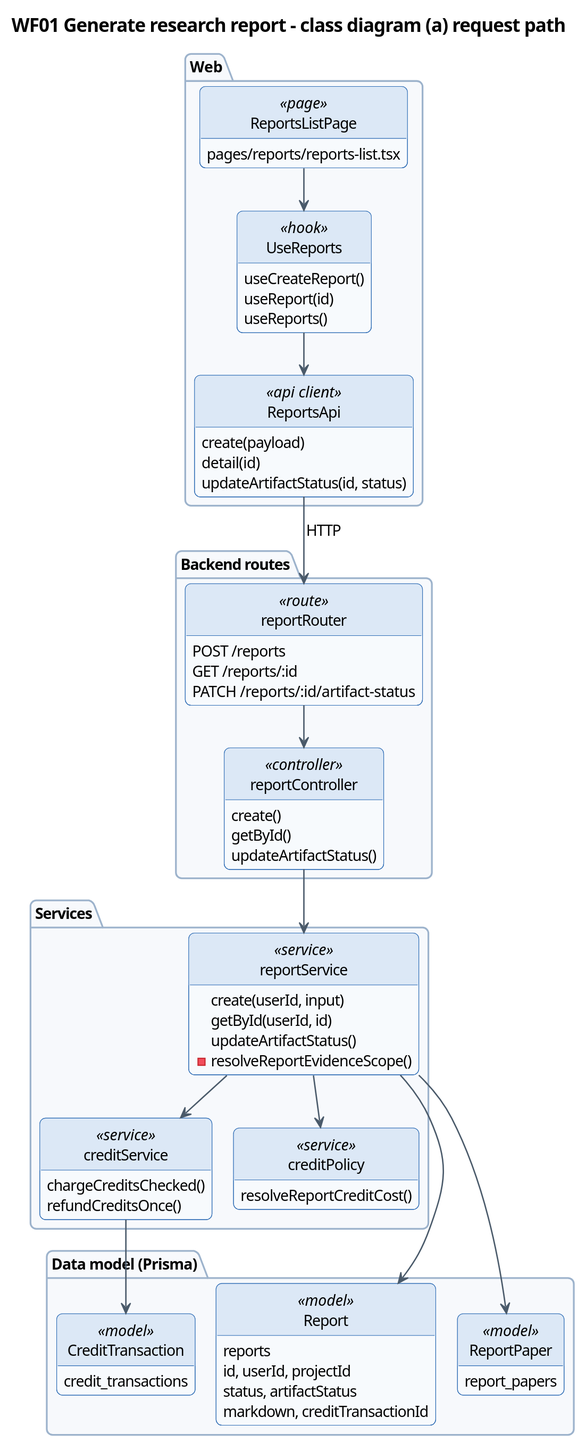
Earlier version of the PlantUML export docs/diagrams/report4/R4_WF01_Class_a.svg (Khoa-Hoa-Technology-Solution-Company/lumi-gap). Its diagram source:
```plantuml
@startuml
!pragma layout smetana
skinparam dpi 150
skinparam defaultFontName "Segoe UI"
skinparam defaultFontSize 13
skinparam shadowing false
skinparam roundCorner 10
skinparam ArrowColor #4A5A6A
skinparam ArrowThickness 1.2
skinparam BorderColor #2F6DB5
skinparam BackgroundColor #FFFFFF
skinparam TitleFontSize 16
skinparam TitleFontStyle bold
skinparam usecase {
  BackgroundColor #EAF2FB
  BorderColor #2F6DB5
}
skinparam actor {
  BackgroundColor #FFFFFF
  BorderColor #1B2A3A
}
skinparam class {
  BackgroundColor #F7FAFD
  BorderColor #2F6DB5
  HeaderBackgroundColor #DCE8F6
}
skinparam state {
  BackgroundColor #EAF2FB
  BorderColor #2F6DB5
}
skinparam activity {
  BackgroundColor #EAF2FB
  BorderColor #2F6DB5
  DiamondBackgroundColor #FFF4E5
}
skinparam swimlane {
  BorderColor #9DB3CC
  TitleBackgroundColor #DCE8F6
}
skinparam sequence {
  ParticipantBackgroundColor #EAF2FB
  ParticipantBorderColor #2F6DB5
  LifeLineBorderColor #9DB3CC
  GroupBackgroundColor #F4F7FA
}
skinparam package {
  BackgroundColor #F7F9FC
  BorderColor #9DB3CC
}
skinparam note {
  BackgroundColor #FFF9E5
  BorderColor #E0B200
}
skinparam entity {
  BackgroundColor #F7FAFD
  BorderColor #2F6DB5
}
skinparam rectangle {
  BackgroundColor #F7F9FC
  BorderColor #2F6DB5
}
title WF01 Generate research report - class diagram (a) request path
hide empty members
hide circle
package "Web" {
  class ReportsListPage <<page>> {
    pages/reports/reports-list.tsx
  }
  class UseReports <<hook>> {
    useCreateReport()
    useReport(id)
    useReports()
  }
  class ReportsApi <<api client>> {
    create(payload)
    detail(id)
    updateArtifactStatus(id, status)
  }
}
package "Backend routes" {
  class reportRouter <<route>> {
    POST /reports
    GET /reports/:id
    PATCH /reports/:id/artifact-status
  }
  class reportController <<controller>> {
    create()
    getById()
    updateArtifactStatus()
  }
}
package "Services" {
  class reportService <<service>> {
    create(userId, input)
    getById(userId, id)
    updateArtifactStatus()
    -resolveReportEvidenceScope()
  }
  class creditService <<service>> {
    chargeCreditsChecked()
    refundCreditsOnce()
  }
  class creditPolicy <<service>> {
    resolveReportCreditCost()
  }
}
package "Data model (Prisma)" {
  class Report <<model>> {
    reports
    id, userId, projectId
    status, artifactStatus
    markdown, creditTransactionId
  }
  class ReportPaper <<model>> {
    report_papers
  }
  class CreditTransaction <<model>> {
    credit_transactions
  }
}
ReportsListPage --> UseReports
UseReports --> ReportsApi
ReportsApi --> reportRouter : HTTP
reportRouter --> reportController
reportController --> reportService
reportService --> creditService
reportService --> creditPolicy
reportService --> Report
reportService --> ReportPaper
creditService --> CreditTransaction
@enduml
```
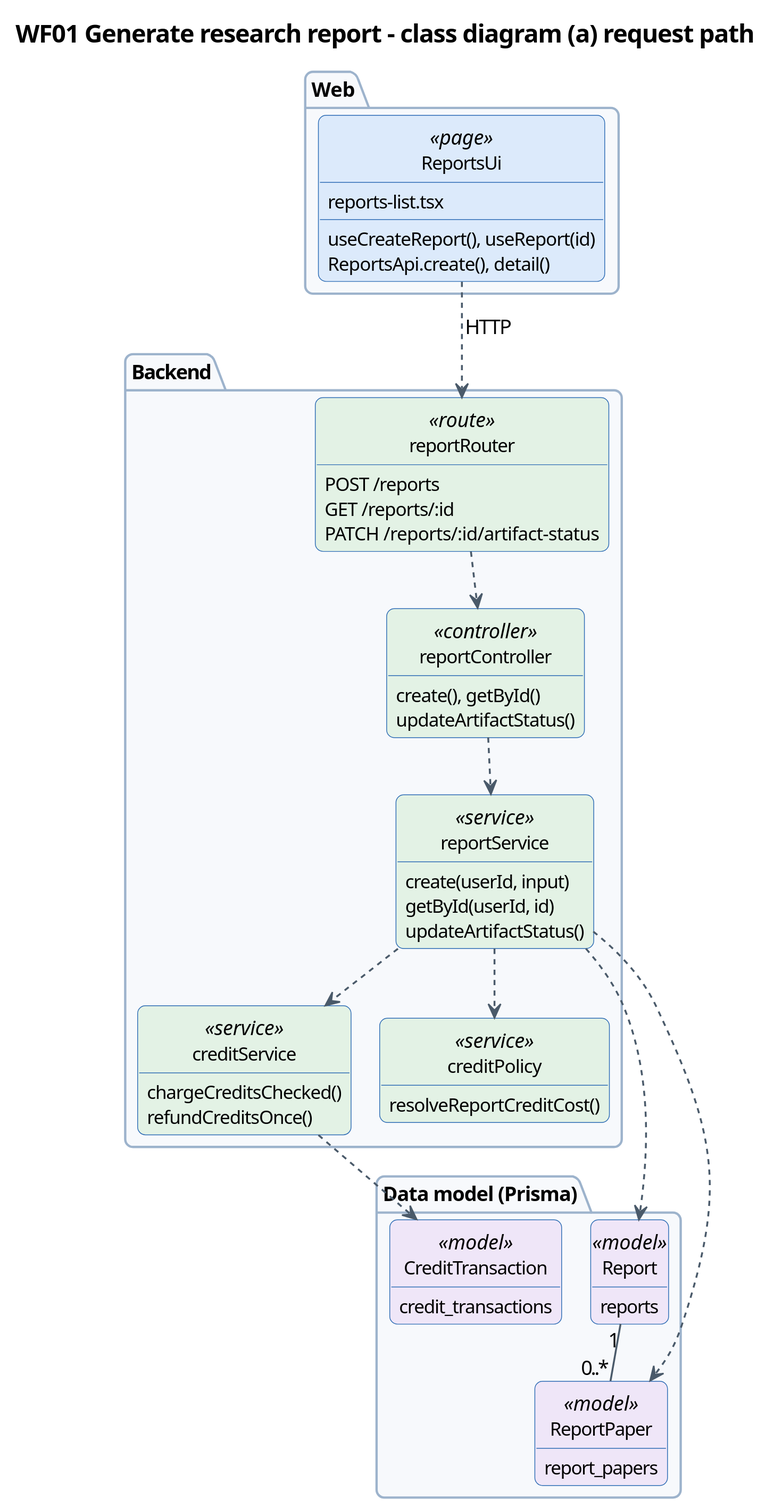
The same file after the commit.

What changed in the source:
```diff
@@ -1,6 +1,6 @@
 @startuml
 !pragma layout smetana
-skinparam dpi 150
+skinparam dpi 200
 skinparam defaultFontName "Segoe UI"
 skinparam defaultFontSize 13
 skinparam shadowing false
@@ -59,42 +59,71 @@
   BackgroundColor #F7F9FC
   BorderColor #2F6DB5
 }
+skinparam classAttributeIconSize 0
+skinparam ClassFontSize 12
+skinparam ClassAttributeFontSize 12
+skinparam nodesep 25
+skinparam ranksep 40
+skinparam class<<page>> {
+  BackgroundColor #DCEAFB
+}
+skinparam class<<hook>> {
+  BackgroundColor #DCEAFB
+}
+skinparam class<<api client>> {
+  BackgroundColor #DCEAFB
+}
+skinparam class<<route>> {
+  BackgroundColor #E3F2E5
+}
+skinparam class<<controller>> {
+  BackgroundColor #E3F2E5
+}
+skinparam class<<service>> {
+  BackgroundColor #E3F2E5
+}
+skinparam class<<rules>> {
+  BackgroundColor #E3F2E5
+}
+skinparam class<<client>> {
+  BackgroundColor #F0F1F3
+}
+skinparam class<<worker>> {
+  BackgroundColor #FFF1DC
+}
+skinparam class<<job>> {
+  BackgroundColor #FFF1DC
+}
+skinparam class<<model>> {
+  BackgroundColor #EFE6F8
+}
+skinparam class<<external>> {
+  BackgroundColor #F0F1F3
+}
 title WF01 Generate research report - class diagram (a) request path
 hide empty members
 hide circle
 package "Web" {
-  class ReportsListPage <<page>> {
-    pages/reports/reports-list.tsx
-  }
-  class UseReports <<hook>> {
-    useCreateReport()
-    useReport(id)
-    useReports()
-  }
-  class ReportsApi <<api client>> {
-    create(payload)
-    detail(id)
-    updateArtifactStatus(id, status)
+  class ReportsUi <<page>> {
+    reports-list.tsx
+    useCreateReport(), useReport(id)
+    ReportsApi.create(), detail()
   }
 }
-package "Backend routes" {
+package "Backend" {
   class reportRouter <<route>> {
     POST /reports
     GET /reports/:id
     PATCH /reports/:id/artifact-status
   }
   class reportController <<controller>> {
-    create()
-    getById()
+    create(), getById()
     updateArtifactStatus()
   }
-}
-package "Services" {
   class reportService <<service>> {
     create(userId, input)
     getById(userId, id)
     updateArtifactStatus()
-    -resolveReportEvidenceScope()
   }
   class creditService <<service>> {
     chargeCreditsChecked()
@@ -107,9 +136,6 @@
 package "Data model (Prisma)" {
   class Report <<model>> {
     reports
-    id, userId, projectId
-    status, artifactStatus
-    markdown, creditTransactionId
   }
   class ReportPaper <<model>> {
     report_papers
@@ -118,14 +144,13 @@
     credit_transactions
   }
 }
-ReportsListPage --> UseReports
-UseReports --> ReportsApi
-ReportsApi --> reportRouter : HTTP
-reportRouter --> reportController
-reportController --> reportService
-reportService --> creditService
-reportService --> creditPolicy
-reportService --> Report
-reportService --> ReportPaper
-creditService --> CreditTransaction
+ReportsUi ..> reportRouter : HTTP
+reportRouter ..> reportController
+reportController ..> reportService
+reportService ..> creditService
+reportService ..> creditPolicy
+reportService ..> Report
+reportService ..> ReportPaper
+creditService ..> CreditTransaction
+Report "1" -- "0..*" ReportPaper
 @enduml
```
